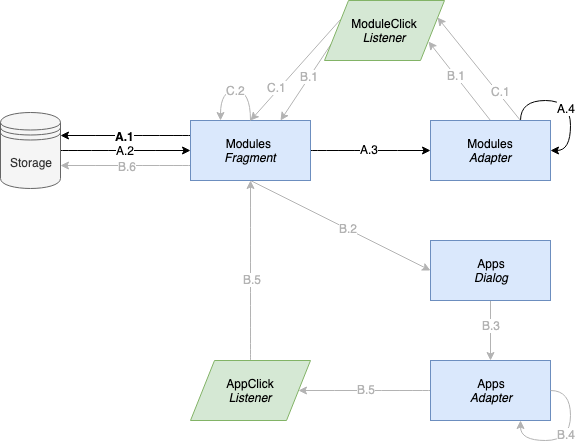
The draw.io diagram Thesis/images/Module_ImpA.png in Perelan/Master, before a commit. Source tidied: cells renumbered, new cells last; positions are measured from the earlier drawing's top-left corner, leaving out a move shared by most shapes. The source it was exported from:
```xml
<mxGraphModel>
  <root>
    <mxCell id="0" />
    <mxCell id="1" parent="0" />
    <mxCell id="2" style="edgeStyle=orthogonalEdgeStyle;curved=1;rounded=0;jettySize=auto;html=1;exitX=1;exitY=0.5;exitDx=0;exitDy=0;entryX=0;entryY=0.5;entryDx=0;entryDy=0;" parent="1" edge="1" source="4" target="13">
      <mxGeometry relative="1" as="geometry" />
    </mxCell>
    <mxCell id="3" value="A.2" style="text;html=1;align=center;verticalAlign=middle;labelBackgroundColor=#ffffff;" parent="2" vertex="1">
      <mxGeometry x="-0.01" y="1" relative="1" as="geometry" />
    </mxCell>
    <mxCell id="4" value="Storage" style="shape=datastore;whiteSpace=wrap;html=1;fillColor=#f5f5f5;strokeColor=#666666;fontColor=#333333;" parent="1" vertex="1">
      <mxGeometry y="112" width="60" height="76" as="geometry" />
    </mxCell>
    <mxCell id="5" style="edgeStyle=orthogonalEdgeStyle;curved=1;rounded=0;jettySize=auto;html=1;exitX=1;exitY=0.5;exitDx=0;exitDy=0;entryX=0;entryY=0.5;entryDx=0;entryDy=0;" parent="1" edge="1" source="13" target="20">
      <mxGeometry relative="1" as="geometry" />
    </mxCell>
    <mxCell id="6" value="A.3" style="text;html=1;align=center;verticalAlign=middle;labelBackgroundColor=#ffffff;" parent="5" vertex="1">
      <mxGeometry x="-0.03" y="2" relative="1" as="geometry" />
    </mxCell>
    <mxCell id="7" style="edgeStyle=orthogonalEdgeStyle;curved=1;rounded=0;jettySize=auto;html=1;exitX=0;exitY=0.25;exitDx=0;exitDy=0;entryX=1;entryY=0.3;entryDx=0;entryDy=0;" parent="1" edge="1" source="13" target="4">
      <mxGeometry relative="1" as="geometry" />
    </mxCell>
    <mxCell id="8" value="A.1" style="text;html=1;align=center;verticalAlign=middle;labelBackgroundColor=#ffffff;fontStyle=1;" parent="7" vertex="1">
      <mxGeometry x="-0.08" relative="1" as="geometry">
        <mxPoint x="-6" as="offset" />
      </mxGeometry>
    </mxCell>
    <mxCell id="9" style="edgeStyle=orthogonalEdgeStyle;curved=1;rounded=0;jettySize=auto;html=1;exitX=0;exitY=0.75;exitDx=0;exitDy=0;entryX=1;entryY=0.7;entryDx=0;entryDy=0;strokeColor=#B3B3B3;" parent="1" edge="1" source="13" target="4">
      <mxGeometry relative="1" as="geometry" />
    </mxCell>
    <mxCell id="10" value="B.6" style="text;html=1;align=center;verticalAlign=middle;labelBackgroundColor=#ffffff;fontColor=#B3B3B3;" parent="9" vertex="1">
      <mxGeometry x="0.01" relative="1" as="geometry">
        <mxPoint x="2" as="offset" />
      </mxGeometry>
    </mxCell>
    <mxCell id="11" style="edgeStyle=none;rounded=0;jettySize=auto;html=1;exitX=0.5;exitY=1;exitDx=0;exitDy=0;entryX=0;entryY=0.5;entryDx=0;entryDy=0;strokeColor=#B3B3B3;" parent="1" edge="1" source="13" target="34">
      <mxGeometry relative="1" as="geometry" />
    </mxCell>
    <mxCell id="12" value="B.2" style="text;html=1;align=center;verticalAlign=middle;labelBackgroundColor=#ffffff;fontColor=#B3B3B3;" parent="11" vertex="1">
      <mxGeometry x="0.08" y="1" relative="1" as="geometry" />
    </mxCell>
    <mxCell id="13" value="Modules&amp;nbsp;&lt;br&gt;&lt;i&gt;Fragment&lt;/i&gt;" style="rounded=0;whiteSpace=wrap;html=1;fillColor=#dae8fc;strokeColor=#6c8ebf;" parent="1" vertex="1">
      <mxGeometry x="190" y="120" width="120" height="60" as="geometry" />
    </mxCell>
    <mxCell id="14" style="edgeStyle=orthogonalEdgeStyle;rounded=0;orthogonalLoop=1;jettySize=auto;html=1;exitX=0.75;exitY=0;exitDx=0;exitDy=0;entryX=1;entryY=0.5;entryDx=0;entryDy=0;curved=1;" parent="1" edge="1" source="20" target="20">
      <mxGeometry relative="1" as="geometry" />
    </mxCell>
    <mxCell id="15" value="A.4" style="text;html=1;align=center;verticalAlign=middle;labelBackgroundColor=#ffffff;" parent="14" vertex="1">
      <mxGeometry x="-0.07" y="-7" relative="1" as="geometry" />
    </mxCell>
    <mxCell id="16" style="rounded=0;jettySize=auto;html=1;exitX=0.75;exitY=0;exitDx=0;exitDy=0;entryX=1;entryY=0.25;entryDx=0;entryDy=0;strokeColor=#B3B3B3;" parent="1" edge="1" source="20" target="25">
      <mxGeometry relative="1" as="geometry" />
    </mxCell>
    <mxCell id="17" value="C.1" style="text;html=1;align=center;verticalAlign=middle;labelBackgroundColor=#ffffff;fontColor=#B3B3B3;" parent="16" vertex="1">
      <mxGeometry x="-0.46" y="-3" relative="1" as="geometry" />
    </mxCell>
    <mxCell id="18" style="edgeStyle=none;rounded=0;jettySize=auto;html=1;exitX=0.5;exitY=0;exitDx=0;exitDy=0;entryX=1;entryY=0.75;entryDx=0;entryDy=0;strokeColor=#B3B3B3;" parent="1" edge="1" source="20" target="25">
      <mxGeometry relative="1" as="geometry" />
    </mxCell>
    <mxCell id="19" value="B.1" style="text;html=1;align=center;verticalAlign=middle;labelBackgroundColor=#ffffff;fontColor=#B3B3B3;" parent="18" vertex="1">
      <mxGeometry x="0.05" y="-1" relative="1" as="geometry">
        <mxPoint x="-3" y="-3" as="offset" />
      </mxGeometry>
    </mxCell>
    <mxCell id="20" value="Modules&lt;br&gt;&lt;i&gt;Adapter&lt;/i&gt;&lt;br&gt;" style="rounded=0;whiteSpace=wrap;html=1;fillColor=#dae8fc;strokeColor=#6c8ebf;" parent="1" vertex="1">
      <mxGeometry x="430" y="120" width="120" height="60" as="geometry" />
    </mxCell>
    <mxCell id="21" style="edgeStyle=none;rounded=0;jettySize=auto;html=1;exitX=0;exitY=0.75;exitDx=0;exitDy=0;entryX=0.75;entryY=0;entryDx=0;entryDy=0;strokeColor=#B3B3B3;" parent="1" edge="1" source="25" target="13">
      <mxGeometry relative="1" as="geometry" />
    </mxCell>
    <mxCell id="22" value="B.1" style="text;html=1;align=center;verticalAlign=middle;labelBackgroundColor=#ffffff;fontColor=#B3B3B3;" parent="21" vertex="1">
      <mxGeometry x="-0.13" y="-1" relative="1" as="geometry" />
    </mxCell>
    <mxCell id="23" style="edgeStyle=none;rounded=0;jettySize=auto;html=1;exitX=0;exitY=0.25;exitDx=0;exitDy=0;strokeColor=#B3B3B3;" parent="1" edge="1" source="25">
      <mxGeometry relative="1" as="geometry">
        <mxPoint x="250" y="120" as="targetPoint" />
      </mxGeometry>
    </mxCell>
    <mxCell id="24" value="C.1" style="text;html=1;align=center;verticalAlign=middle;labelBackgroundColor=#ffffff;fontColor=#B3B3B3;" parent="23" vertex="1">
      <mxGeometry x="0.37" y="-3" relative="1" as="geometry" />
    </mxCell>
    <mxCell id="25" value="ModuleClick&lt;br&gt;&lt;i&gt;Listener&lt;/i&gt;&lt;br&gt;" style="shape=parallelogram;perimeter=parallelogramPerimeter;whiteSpace=wrap;html=1;fillColor=#d5e8d4;strokeColor=#82b366;" parent="1" vertex="1">
      <mxGeometry x="324" width="120" height="60" as="geometry" />
    </mxCell>
    <mxCell id="26" style="edgeStyle=orthogonalEdgeStyle;curved=1;rounded=0;jettySize=auto;html=1;exitX=0.5;exitY=0;exitDx=0;exitDy=0;entryX=0.5;entryY=1;entryDx=0;entryDy=0;strokeColor=#B3B3B3;" parent="1" edge="1" source="28" target="13">
      <mxGeometry relative="1" as="geometry" />
    </mxCell>
    <mxCell id="27" value="B.5" style="text;html=1;align=center;verticalAlign=middle;labelBackgroundColor=#ffffff;fontColor=#B3B3B3;" parent="26" vertex="1">
      <mxGeometry x="-0.09" y="-1" relative="1" as="geometry" />
    </mxCell>
    <mxCell id="28" value="AppClick&lt;br&gt;&lt;i&gt;Listener&lt;/i&gt;&lt;br&gt;" style="shape=parallelogram;perimeter=parallelogramPerimeter;whiteSpace=wrap;html=1;fillColor=#d5e8d4;strokeColor=#82b366;" parent="1" vertex="1">
      <mxGeometry x="190" y="360" width="120" height="60" as="geometry" />
    </mxCell>
    <mxCell id="29" style="edgeStyle=orthogonalEdgeStyle;curved=1;rounded=0;jettySize=auto;html=1;exitX=0;exitY=0.5;exitDx=0;exitDy=0;entryX=1;entryY=0.5;entryDx=0;entryDy=0;strokeColor=#B3B3B3;" parent="1" edge="1" source="31" target="28">
      <mxGeometry relative="1" as="geometry" />
    </mxCell>
    <mxCell id="30" value="B.5" style="text;html=1;align=center;verticalAlign=middle;labelBackgroundColor=#ffffff;fontColor=#B3B3B3;" parent="29" vertex="1">
      <mxGeometry x="-0.02" y="-2" relative="1" as="geometry" />
    </mxCell>
    <mxCell id="31" value="Apps&lt;br&gt;&lt;i&gt;Adapter&lt;/i&gt;&lt;br&gt;" style="rounded=0;whiteSpace=wrap;html=1;fillColor=#dae8fc;strokeColor=#6c8ebf;" parent="1" vertex="1">
      <mxGeometry x="430" y="360" width="120" height="60" as="geometry" />
    </mxCell>
    <mxCell id="32" style="edgeStyle=none;rounded=0;jettySize=auto;html=1;exitX=0.5;exitY=1;exitDx=0;exitDy=0;entryX=0.5;entryY=0;entryDx=0;entryDy=0;strokeColor=#B3B3B3;" parent="1" edge="1" source="34" target="31">
      <mxGeometry relative="1" as="geometry" />
    </mxCell>
    <mxCell id="33" value="B.3" style="text;html=1;align=center;verticalAlign=middle;labelBackgroundColor=#ffffff;fontColor=#B3B3B3;" parent="32" vertex="1">
      <mxGeometry x="-0.2" relative="1" as="geometry" />
    </mxCell>
    <mxCell id="34" value="Apps&lt;br&gt;&lt;i&gt;Dialog&lt;/i&gt;&lt;br&gt;" style="rounded=0;whiteSpace=wrap;html=1;fillColor=#dae8fc;strokeColor=#6c8ebf;" parent="1" vertex="1">
      <mxGeometry x="430" y="240" width="120" height="60" as="geometry" />
    </mxCell>
    <mxCell id="35" style="edgeStyle=orthogonalEdgeStyle;rounded=0;orthogonalLoop=1;jettySize=auto;html=1;exitX=1;exitY=0.5;exitDx=0;exitDy=0;entryX=0.75;entryY=1;entryDx=0;entryDy=0;curved=1;strokeColor=#B3B3B3;fontColor=#B3B3B3;" parent="1" edge="1" source="31" target="31">
      <mxGeometry relative="1" as="geometry" />
    </mxCell>
    <mxCell id="36" value="B.4" style="text;html=1;align=center;verticalAlign=middle;labelBackgroundColor=#ffffff;fontColor=#B3B3B3;" parent="35" vertex="1">
      <mxGeometry x="-0.1" y="-5" relative="1" as="geometry" />
    </mxCell>
    <mxCell id="37" style="edgeStyle=orthogonalEdgeStyle;curved=1;rounded=0;orthogonalLoop=1;jettySize=auto;html=1;exitX=0.5;exitY=0;exitDx=0;exitDy=0;entryX=0.25;entryY=0;entryDx=0;entryDy=0;strokeColor=#B3B3B3;" parent="1" edge="1">
      <mxGeometry relative="1" as="geometry">
        <mxPoint x="250" y="120" as="sourcePoint" />
        <mxPoint x="220" y="120" as="targetPoint" />
        <Array as="points">
          <mxPoint x="250" y="90" />
          <mxPoint x="220" y="90" />
        </Array>
      </mxGeometry>
    </mxCell>
    <mxCell id="38" value="C.2" style="text;html=1;align=center;verticalAlign=middle;labelBackgroundColor=#ffffff;fontColor=#B3B3B3;" parent="37" vertex="1">
      <mxGeometry y="-1" relative="1" as="geometry" />
    </mxCell>
  </root>
</mxGraphModel>
```
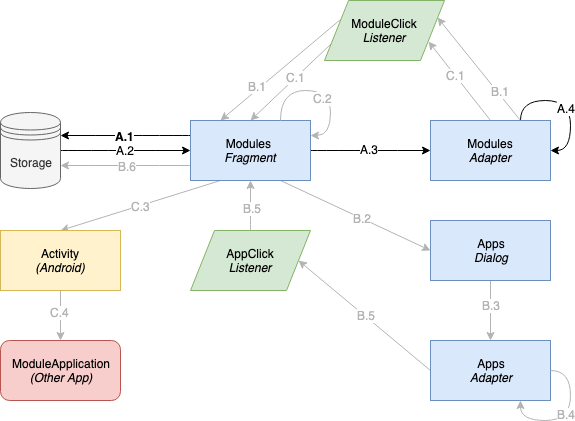
After the commit.

Commit message:
development: fix module figure

Change to the diagram source:
```diff
@@ -33,12 +33,18 @@
         <mxPoint x="2" as="offset" />
       </mxGeometry>
     </mxCell>
-    <mxCell id="11" style="edgeStyle=none;rounded=0;jettySize=auto;html=1;exitX=0.5;exitY=1;exitDx=0;exitDy=0;entryX=0;entryY=0.5;entryDx=0;entryDy=0;strokeColor=#B3B3B3;" parent="1" edge="1" source="13" target="34">
+    <mxCell id="11" style="edgeStyle=none;rounded=0;jettySize=auto;html=1;exitX=0.75;exitY=1;exitDx=0;exitDy=0;entryX=0;entryY=0.5;entryDx=0;entryDy=0;strokeColor=#B3B3B3;" parent="1" edge="1" source="13" target="34">
       <mxGeometry relative="1" as="geometry" />
     </mxCell>
     <mxCell id="12" value="B.2" style="text;html=1;align=center;verticalAlign=middle;labelBackgroundColor=#ffffff;fontColor=#B3B3B3;" parent="11" vertex="1">
       <mxGeometry x="0.08" y="1" relative="1" as="geometry" />
     </mxCell>
+    <mxCell id="39" style="edgeStyle=none;rounded=0;jettySize=auto;html=1;exitX=0.25;exitY=1;exitDx=0;exitDy=0;entryX=0.5;entryY=0;entryDx=0;entryDy=0;startArrow=none;startFill=0;endArrow=classic;endFill=1;strokeColor=#B3B3B3;fontColor=#B3B3B3;" parent="1" edge="1" source="13" target="43">
+      <mxGeometry relative="1" as="geometry" />
+    </mxCell>
+    <mxCell id="40" value="C.3" style="text;html=1;align=center;verticalAlign=middle;labelBackgroundColor=#ffffff;fontColor=#B3B3B3;" parent="39" vertex="1">
+      <mxGeometry relative="1" as="geometry" />
+    </mxCell>
     <mxCell id="13" value="Modules&amp;nbsp;&lt;br&gt;&lt;i&gt;Fragment&lt;/i&gt;" style="rounded=0;whiteSpace=wrap;html=1;fillColor=#dae8fc;strokeColor=#6c8ebf;" parent="1" vertex="1">
       <mxGeometry x="190" y="120" width="120" height="60" as="geometry" />
     </mxCell>
@@ -51,13 +57,13 @@
     <mxCell id="16" style="rounded=0;jettySize=auto;html=1;exitX=0.75;exitY=0;exitDx=0;exitDy=0;entryX=1;entryY=0.25;entryDx=0;entryDy=0;strokeColor=#B3B3B3;" parent="1" edge="1" source="20" target="25">
       <mxGeometry relative="1" as="geometry" />
     </mxCell>
-    <mxCell id="17" value="C.1" style="text;html=1;align=center;verticalAlign=middle;labelBackgroundColor=#ffffff;fontColor=#B3B3B3;" parent="16" vertex="1">
+    <mxCell id="17" value="B.1" style="text;html=1;align=center;verticalAlign=middle;labelBackgroundColor=#ffffff;fontColor=#B3B3B3;" parent="16" vertex="1">
       <mxGeometry x="-0.46" y="-3" relative="1" as="geometry" />
     </mxCell>
     <mxCell id="18" style="edgeStyle=none;rounded=0;jettySize=auto;html=1;exitX=0.5;exitY=0;exitDx=0;exitDy=0;entryX=1;entryY=0.75;entryDx=0;entryDy=0;strokeColor=#B3B3B3;" parent="1" edge="1" source="20" target="25">
       <mxGeometry relative="1" as="geometry" />
     </mxCell>
-    <mxCell id="19" value="B.1" style="text;html=1;align=center;verticalAlign=middle;labelBackgroundColor=#ffffff;fontColor=#B3B3B3;" parent="18" vertex="1">
+    <mxCell id="19" value="C.1" style="text;html=1;align=center;verticalAlign=middle;labelBackgroundColor=#ffffff;fontColor=#B3B3B3;" parent="18" vertex="1">
       <mxGeometry x="0.05" y="-1" relative="1" as="geometry">
         <mxPoint x="-3" y="-3" as="offset" />
       </mxGeometry>
@@ -65,18 +71,16 @@
     <mxCell id="20" value="Modules&lt;br&gt;&lt;i&gt;Adapter&lt;/i&gt;&lt;br&gt;" style="rounded=0;whiteSpace=wrap;html=1;fillColor=#dae8fc;strokeColor=#6c8ebf;" parent="1" vertex="1">
       <mxGeometry x="430" y="120" width="120" height="60" as="geometry" />
     </mxCell>
-    <mxCell id="21" style="edgeStyle=none;rounded=0;jettySize=auto;html=1;exitX=0;exitY=0.75;exitDx=0;exitDy=0;entryX=0.75;entryY=0;entryDx=0;entryDy=0;strokeColor=#B3B3B3;" parent="1" edge="1" source="25" target="13">
+    <mxCell id="21" style="edgeStyle=none;rounded=0;jettySize=auto;html=1;exitX=0;exitY=0.75;exitDx=0;exitDy=0;entryX=0.5;entryY=0;entryDx=0;entryDy=0;strokeColor=#B3B3B3;" parent="1" edge="1" source="25" target="13">
       <mxGeometry relative="1" as="geometry" />
     </mxCell>
-    <mxCell id="22" value="B.1" style="text;html=1;align=center;verticalAlign=middle;labelBackgroundColor=#ffffff;fontColor=#B3B3B3;" parent="21" vertex="1">
+    <mxCell id="22" value="C.1" style="text;html=1;align=center;verticalAlign=middle;labelBackgroundColor=#ffffff;fontColor=#B3B3B3;" parent="21" vertex="1">
       <mxGeometry x="-0.13" y="-1" relative="1" as="geometry" />
     </mxCell>
-    <mxCell id="23" style="edgeStyle=none;rounded=0;jettySize=auto;html=1;exitX=0;exitY=0.25;exitDx=0;exitDy=0;strokeColor=#B3B3B3;" parent="1" edge="1" source="25">
-      <mxGeometry relative="1" as="geometry">
-        <mxPoint x="250" y="120" as="targetPoint" />
-      </mxGeometry>
+    <mxCell id="23" style="edgeStyle=none;rounded=0;jettySize=auto;html=1;exitX=0;exitY=0.25;exitDx=0;exitDy=0;entryX=0.25;entryY=0;entryDx=0;entryDy=0;strokeColor=#B3B3B3;" parent="1" edge="1" source="25" target="13">
+      <mxGeometry relative="1" as="geometry" />
     </mxCell>
-    <mxCell id="24" value="C.1" style="text;html=1;align=center;verticalAlign=middle;labelBackgroundColor=#ffffff;fontColor=#B3B3B3;" parent="23" vertex="1">
+    <mxCell id="24" value="B.1" style="text;html=1;align=center;verticalAlign=middle;labelBackgroundColor=#ffffff;fontColor=#B3B3B3;" parent="23" vertex="1">
       <mxGeometry x="0.37" y="-3" relative="1" as="geometry" />
     </mxCell>
     <mxCell id="25" value="ModuleClick&lt;br&gt;&lt;i&gt;Listener&lt;/i&gt;&lt;br&gt;" style="shape=parallelogram;perimeter=parallelogramPerimeter;whiteSpace=wrap;html=1;fillColor=#d5e8d4;strokeColor=#82b366;" parent="1" vertex="1">
@@ -89,16 +93,16 @@
       <mxGeometry x="-0.09" y="-1" relative="1" as="geometry" />
     </mxCell>
     <mxCell id="28" value="AppClick&lt;br&gt;&lt;i&gt;Listener&lt;/i&gt;&lt;br&gt;" style="shape=parallelogram;perimeter=parallelogramPerimeter;whiteSpace=wrap;html=1;fillColor=#d5e8d4;strokeColor=#82b366;" parent="1" vertex="1">
-      <mxGeometry x="190" y="360" width="120" height="60" as="geometry" />
+      <mxGeometry x="190" y="230" width="120" height="60" as="geometry" />
     </mxCell>
-    <mxCell id="29" style="edgeStyle=orthogonalEdgeStyle;curved=1;rounded=0;jettySize=auto;html=1;exitX=0;exitY=0.5;exitDx=0;exitDy=0;entryX=1;entryY=0.5;entryDx=0;entryDy=0;strokeColor=#B3B3B3;" parent="1" edge="1" source="31" target="28">
+    <mxCell id="29" style="rounded=0;jettySize=auto;html=1;exitX=0;exitY=0.5;exitDx=0;exitDy=0;entryX=1;entryY=0.5;entryDx=0;entryDy=0;strokeColor=#B3B3B3;" parent="1" edge="1" source="31" target="28">
       <mxGeometry relative="1" as="geometry" />
     </mxCell>
     <mxCell id="30" value="B.5" style="text;html=1;align=center;verticalAlign=middle;labelBackgroundColor=#ffffff;fontColor=#B3B3B3;" parent="29" vertex="1">
       <mxGeometry x="-0.02" y="-2" relative="1" as="geometry" />
     </mxCell>
     <mxCell id="31" value="Apps&lt;br&gt;&lt;i&gt;Adapter&lt;/i&gt;&lt;br&gt;" style="rounded=0;whiteSpace=wrap;html=1;fillColor=#dae8fc;strokeColor=#6c8ebf;" parent="1" vertex="1">
-      <mxGeometry x="430" y="360" width="120" height="60" as="geometry" />
+      <mxGeometry x="430" y="340" width="120" height="60" as="geometry" />
     </mxCell>
     <mxCell id="32" style="edgeStyle=none;rounded=0;jettySize=auto;html=1;exitX=0.5;exitY=1;exitDx=0;exitDy=0;entryX=0.5;entryY=0;entryDx=0;entryDy=0;strokeColor=#B3B3B3;" parent="1" edge="1" source="34" target="31">
       <mxGeometry relative="1" as="geometry" />
@@ -107,26 +111,37 @@
       <mxGeometry x="-0.2" relative="1" as="geometry" />
     </mxCell>
     <mxCell id="34" value="Apps&lt;br&gt;&lt;i&gt;Dialog&lt;/i&gt;&lt;br&gt;" style="rounded=0;whiteSpace=wrap;html=1;fillColor=#dae8fc;strokeColor=#6c8ebf;" parent="1" vertex="1">
-      <mxGeometry x="430" y="240" width="120" height="60" as="geometry" />
+      <mxGeometry x="430" y="220" width="120" height="60" as="geometry" />
     </mxCell>
-    <mxCell id="35" style="edgeStyle=orthogonalEdgeStyle;rounded=0;orthogonalLoop=1;jettySize=auto;html=1;exitX=1;exitY=0.5;exitDx=0;exitDy=0;entryX=0.75;entryY=1;entryDx=0;entryDy=0;curved=1;strokeColor=#B3B3B3;fontColor=#B3B3B3;" parent="1" edge="1" source="31" target="31">
+    <mxCell id="35" style="edgeStyle=orthogonalEdgeStyle;rounded=0;orthogonalLoop=1;jettySize=auto;html=1;exitX=1;exitY=0.5;exitDx=0;exitDy=0;entryX=0.75;entryY=1;entryDx=0;entryDy=0;curved=1;strokeColor=#B3B3B3;" parent="1" edge="1" source="31" target="31">
       <mxGeometry relative="1" as="geometry" />
     </mxCell>
     <mxCell id="36" value="B.4" style="text;html=1;align=center;verticalAlign=middle;labelBackgroundColor=#ffffff;fontColor=#B3B3B3;" parent="35" vertex="1">
       <mxGeometry x="-0.1" y="-5" relative="1" as="geometry" />
     </mxCell>
-    <mxCell id="37" style="edgeStyle=orthogonalEdgeStyle;curved=1;rounded=0;orthogonalLoop=1;jettySize=auto;html=1;exitX=0.5;exitY=0;exitDx=0;exitDy=0;entryX=0.25;entryY=0;entryDx=0;entryDy=0;strokeColor=#B3B3B3;" parent="1" edge="1">
-      <mxGeometry relative="1" as="geometry">
-        <mxPoint x="250" y="120" as="sourcePoint" />
-        <mxPoint x="220" y="120" as="targetPoint" />
-        <Array as="points">
-          <mxPoint x="250" y="90" />
-          <mxPoint x="220" y="90" />
-        </Array>
-      </mxGeometry>
-    </mxCell>
+    <mxCell id="41" style="edgeStyle=none;rounded=0;jettySize=auto;html=1;exitX=0.5;exitY=1;exitDx=0;exitDy=0;entryX=0.5;entryY=0;entryDx=0;entryDy=0;startArrow=none;startFill=0;endArrow=classic;endFill=1;strokeColor=#B3B3B3;fontColor=#B3B3B3;" parent="1" edge="1" source="43" target="44">
+      <mxGeometry relative="1" as="geometry" />
+    </mxCell>
+    <mxCell id="42" value="C.4" style="text;html=1;align=center;verticalAlign=middle;labelBackgroundColor=#ffffff;fontColor=#B3B3B3;" parent="41" vertex="1">
+      <mxGeometry x="-0.16" y="-1" relative="1" as="geometry" />
+    </mxCell>
+    <mxCell id="43" value="Activity&lt;br&gt;&lt;i&gt;(Android)&lt;/i&gt;&lt;br&gt;" style="rounded=0;whiteSpace=wrap;html=1;fillColor=#fff2cc;strokeColor=#d6b656;" parent="1" vertex="1">
+      <mxGeometry y="230" width="120" height="60" as="geometry" />
+    </mxCell>
+    <mxCell id="44" value="ModuleApplication&lt;br&gt;&lt;i&gt;(Other App)&lt;/i&gt;&lt;br&gt;" style="rounded=1;whiteSpace=wrap;html=1;fillColor=#f8cecc;strokeColor=#b85450;" parent="1" vertex="1">
+      <mxGeometry y="340" width="120" height="60" as="geometry" />
+    </mxCell>
+    <mxCell id="45" style="edgeStyle=orthogonalEdgeStyle;rounded=0;orthogonalLoop=1;jettySize=auto;html=1;exitX=0.75;exitY=0;exitDx=0;exitDy=0;entryX=1;entryY=0.25;entryDx=0;entryDy=0;startArrow=none;startFill=0;endArrow=classic;endFill=1;strokeColor=#B3B3B3;fontColor=#B3B3B3;curved=1;" parent="1" edge="1" source="13" target="13">
+      <mxGeometry relative="1" as="geometry">
+        <Array as="points">
+          <mxPoint x="280" y="90" />
+          <mxPoint x="330" y="90" />
+          <mxPoint x="330" y="135" />
+        </Array>
+      </mxGeometry>
+    </mxCell>
-    <mxCell id="38" value="C.2" style="text;html=1;align=center;verticalAlign=middle;labelBackgroundColor=#ffffff;fontColor=#B3B3B3;" parent="37" vertex="1">
-      <mxGeometry y="-1" relative="1" as="geometry" />
+    <mxCell id="38" value="C.2" style="text;html=1;align=center;verticalAlign=middle;labelBackgroundColor=#ffffff;fontColor=#B3B3B3;" parent="45" vertex="1">
+      <mxGeometry x="-0.01" y="-7" relative="1" as="geometry" />
     </mxCell>
   </root>
 </mxGraphModel>
```
